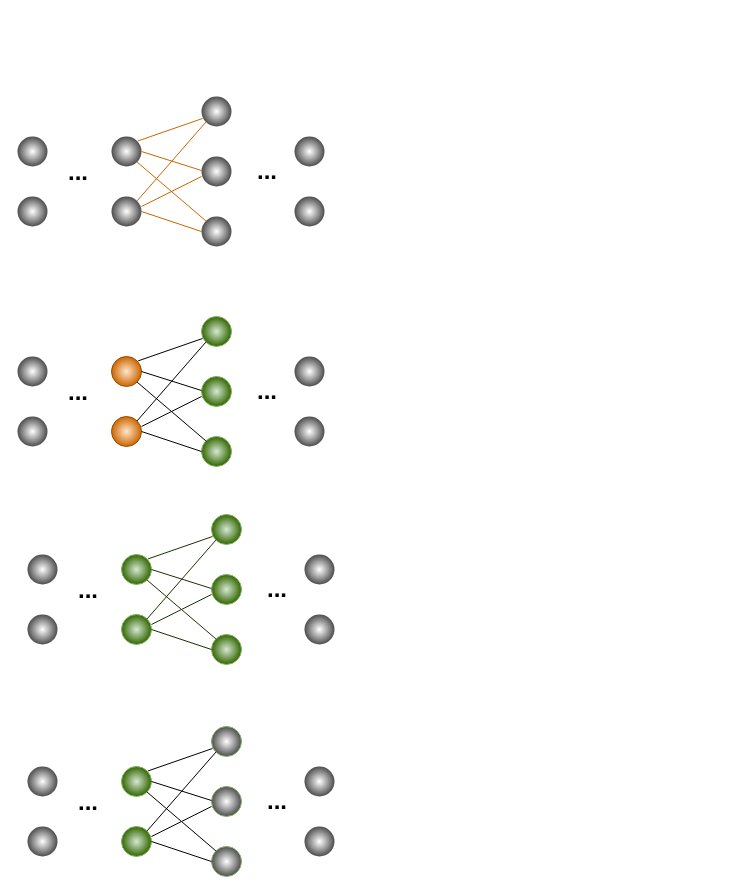
Above: Untitled Diagram.drawio in nkhosros/Application-Package (draw.io), before the change. Source tidied: cells renumbered, new cells numbered last; positions are measured from the earlier drawing's top-left corner, leaving out a move shared by most shapes. Both pictures are drawn from the tidied source at 100%, with x=0, y=0 at pixel (17, 96).
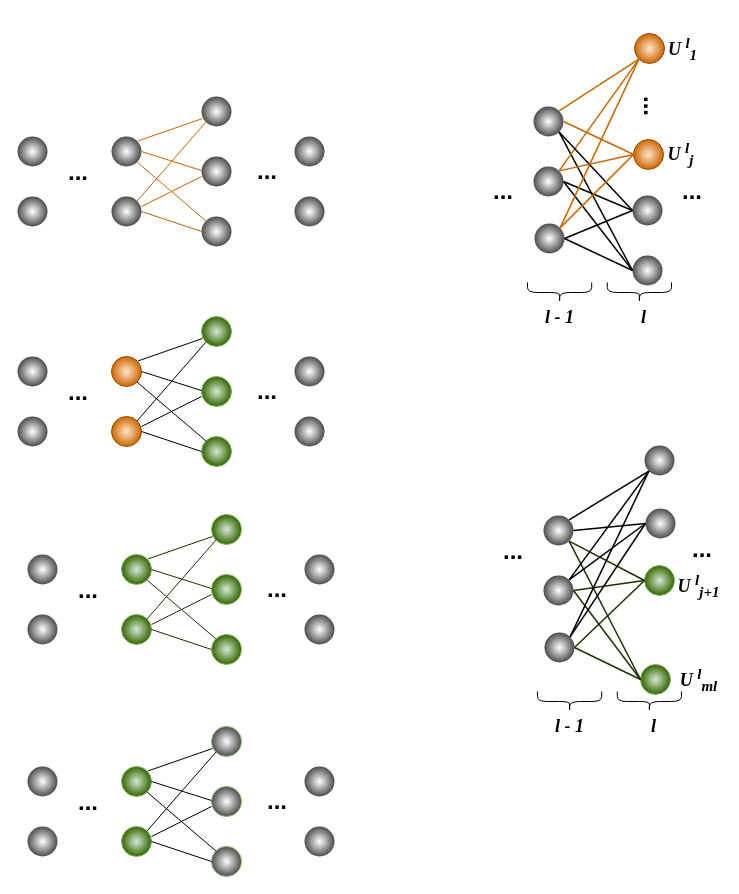
After the change.

What changed in the source:
```diff
@@
+    <mxCell id="70" style="ellipse;whiteSpace=wrap;html=1;gradientColor=#4D4D4D;fillColor=default;gradientDirection=radial;shadow=0;strokeColor=none;" parent="1" vertex="1">
+      <mxGeometry x="615" y="159" width="30" height="30" as="geometry" />
+    </mxCell>
+    <mxCell id="71" style="ellipse;whiteSpace=wrap;html=1;gradientColor=#4D4D4D;fillColor=default;gradientDirection=radial;shadow=0;strokeColor=none;" parent="1" vertex="1">
+      <mxGeometry x="615" y="99" width="30" height="30" as="geometry" />
+    </mxCell>
+    <mxCell id="72" style="ellipse;whiteSpace=wrap;html=1;gradientColor=#CC6600;fillColor=#ffe6cc;gradientDirection=radial;shadow=0;strokeColor=#994C00;align=center;verticalAlign=middle;fontFamily=Helvetica;fontSize=12;fontColor=default;" parent="1" vertex="1">
+      <mxGeometry x="617" y="-63" width="30" height="30" as="geometry" />
+    </mxCell>
+    <mxCell id="73" style="ellipse;whiteSpace=wrap;html=1;gradientColor=#4D4D4D;fillColor=default;gradientDirection=radial;shadow=0;strokeColor=none;" parent="1" vertex="1">
+      <mxGeometry x="516" y="70" width="30" height="30" as="geometry" />
+    </mxCell>
+    <mxCell id="74" style="ellipse;whiteSpace=wrap;html=1;gradientColor=#4D4D4D;fillColor=default;gradientDirection=radial;shadow=0;strokeColor=none;" parent="1" vertex="1">
+      <mxGeometry x="516" y="10" width="30" height="30" as="geometry" />
+    </mxCell>
+    <mxCell id="75" style="endArrow=none;html=1;rounded=0;exitX=1;exitY=0.5;exitDx=0;exitDy=0;strokeColor=#CC6600;entryX=0;entryY=0.5;entryDx=0;entryDy=0;strokeWidth=1.5;" parent="1" edge="1" source="74" target="83">
+      <mxGeometry relative="1" as="geometry" />
+    </mxCell>
+    <mxCell id="76" style="endArrow=none;html=1;rounded=0;entryX=0;entryY=0.5;entryDx=0;entryDy=0;exitX=1;exitY=0.5;exitDx=0;exitDy=0;strokeColor=#000000;strokeWidth=1.5;" parent="1" edge="1" source="73" target="71">
+      <mxGeometry relative="1" as="geometry" />
+    </mxCell>
+    <mxCell id="77" style="endArrow=none;html=1;rounded=0;entryX=0;entryY=0.5;entryDx=0;entryDy=0;exitX=1;exitY=0.5;exitDx=0;exitDy=0;strokeColor=#000000;strokeWidth=1.5;" parent="1" edge="1" source="73" target="70">
+      <mxGeometry relative="1" as="geometry" />
+    </mxCell>
+    <mxCell id="78" style="endArrow=none;html=1;rounded=0;entryX=0;entryY=0.5;entryDx=0;entryDy=0;exitX=1;exitY=1;exitDx=0;exitDy=0;strokeColor=#000000;strokeWidth=1.5;" parent="1" edge="1" source="74" target="70">
+      <mxGeometry relative="1" as="geometry" />
+    </mxCell>
+    <mxCell id="79" style="endArrow=none;html=1;rounded=0;entryX=0;entryY=1;entryDx=0;entryDy=0;exitX=1;exitY=0;exitDx=0;exitDy=0;strokeColor=#CC6600;strokeWidth=1.5;" parent="1" edge="1" source="73" target="72">
+      <mxGeometry relative="1" as="geometry" />
+    </mxCell>
+    <mxCell id="80" value="&lt;font style=&quot;font-size: 24px;&quot;&gt;&lt;b&gt;...&lt;/b&gt;&lt;/font&gt;" style="text;html=1;align=center;verticalAlign=middle;whiteSpace=wrap;rounded=0;" parent="1" vertex="1">
+      <mxGeometry x="655" y="80" width="40" height="30" as="geometry" />
+    </mxCell>
+    <mxCell id="81" value="&lt;font style=&quot;font-size: 24px;&quot;&gt;&lt;b&gt;...&lt;/b&gt;&lt;/font&gt;" style="text;html=1;align=center;verticalAlign=middle;whiteSpace=wrap;rounded=0;" parent="1" vertex="1">
+      <mxGeometry x="466" y="80" width="40" height="30" as="geometry" />
+    </mxCell>
+    <mxCell id="82" style="ellipse;whiteSpace=wrap;html=1;gradientColor=#4D4D4D;fillColor=default;gradientDirection=radial;shadow=0;strokeColor=none;" parent="1" vertex="1">
+      <mxGeometry x="517" y="127" width="30" height="30" as="geometry" />
+    </mxCell>
+    <mxCell id="83" style="ellipse;whiteSpace=wrap;html=1;gradientColor=#CC6600;fillColor=#ffe6cc;gradientDirection=radial;shadow=0;strokeColor=#994C00;align=center;verticalAlign=middle;fontFamily=Helvetica;fontSize=12;fontColor=default;" parent="1" vertex="1">
+      <mxGeometry x="616" y="43" width="30" height="30" as="geometry" />
+    </mxCell>
+    <mxCell id="84" value="&lt;font style=&quot;font-size: 24px;&quot;&gt;&lt;b&gt;...&lt;/b&gt;&lt;/font&gt;" style="text;html=1;align=center;verticalAlign=middle;whiteSpace=wrap;rounded=0;rotation=90;" parent="1" vertex="1">
+      <mxGeometry x="615" y="-5" width="40" height="30" as="geometry" />
+    </mxCell>
+    <mxCell id="85" style="endArrow=none;html=1;rounded=0;entryX=0;entryY=1;entryDx=0;entryDy=0;exitX=1;exitY=0;exitDx=0;exitDy=0;strokeColor=#CC6600;strokeWidth=1.5;" parent="1" edge="1" source="82" target="72">
+      <mxGeometry relative="1" as="geometry" />
+    </mxCell>
+    <mxCell id="86" style="endArrow=none;html=1;rounded=0;entryX=0;entryY=1;entryDx=0;entryDy=0;strokeColor=#CC6600;exitX=1;exitY=0;exitDx=0;exitDy=0;strokeWidth=1.5;" parent="1" edge="1" source="74" target="72">
+      <mxGeometry relative="1" as="geometry" />
+    </mxCell>
+    <mxCell id="87" style="endArrow=none;html=1;rounded=0;strokeColor=#000000;entryX=0;entryY=0.5;entryDx=0;entryDy=0;strokeWidth=1.5;exitX=1;exitY=1;exitDx=0;exitDy=0;" parent="1" edge="1" source="74" target="71">
+      <mxGeometry relative="1" as="geometry" />
+    </mxCell>
+    <mxCell id="88" style="endArrow=none;html=1;rounded=0;exitX=1;exitY=0.5;exitDx=0;exitDy=0;strokeColor=#000000;entryX=0;entryY=0.5;entryDx=0;entryDy=0;strokeWidth=1.5;" parent="1" edge="1" source="82" target="70">
+      <mxGeometry relative="1" as="geometry" />
+    </mxCell>
+    <mxCell id="89" style="endArrow=none;html=1;rounded=0;entryX=0;entryY=0.5;entryDx=0;entryDy=0;strokeColor=#CC6600;strokeWidth=1.5;exitX=1;exitY=0;exitDx=0;exitDy=0;" parent="1" edge="1" source="73" target="83">
+      <mxGeometry relative="1" as="geometry" />
+    </mxCell>
+    <mxCell id="90" style="endArrow=none;html=1;rounded=0;entryX=0;entryY=0.5;entryDx=0;entryDy=0;exitX=1;exitY=0.5;exitDx=0;exitDy=0;strokeColor=#000000;strokeWidth=1.5;" parent="1" edge="1" source="82" target="71">
+      <mxGeometry relative="1" as="geometry" />
+    </mxCell>
+    <mxCell id="91" style="endArrow=none;html=1;rounded=0;entryX=0;entryY=0.5;entryDx=0;entryDy=0;exitX=1;exitY=0;exitDx=0;exitDy=0;strokeColor=#CC6600;strokeWidth=1.5;" parent="1" edge="1" source="82" target="83">
+      <mxGeometry relative="1" as="geometry" />
+    </mxCell>
+    <mxCell id="92" style="group;" parent="1" vertex="1">
+      <mxGeometry x="510" y="186" width="144" height="42" as="geometry" />
+    </mxCell>
+    <mxCell id="93" style="shape=curlyBracket;whiteSpace=wrap;html=1;rounded=1;flipH=1;labelPosition=right;verticalLabelPosition=middle;align=left;verticalAlign=middle;direction=north;strokeWidth=1;" parent="92" vertex="1">
+      <mxGeometry x="79.8" width="64.2" height="20" as="geometry" />
+    </mxCell>
+    <mxCell id="94" style="shape=curlyBracket;whiteSpace=wrap;html=1;rounded=1;flipH=1;labelPosition=right;verticalLabelPosition=middle;align=left;verticalAlign=middle;direction=north;strokeWidth=1;" parent="92" vertex="1">
+      <mxGeometry width="64.2" height="20" as="geometry" />
+    </mxCell>
+    <mxCell id="95" value="&lt;h4&gt;&lt;i style=&quot;&quot;&gt;&lt;font style=&quot;font-size: 18px;&quot; face=&quot;Times New Roman&quot;&gt;l - 1&lt;/font&gt;&lt;/i&gt;&lt;/h4&gt;" style="text;html=1;align=center;verticalAlign=middle;whiteSpace=wrap;rounded=0;" parent="92" vertex="1">
+      <mxGeometry x="4.6" y="20" width="55" height="30" as="geometry" />
+    </mxCell>
+    <mxCell id="96" value="&lt;h4&gt;&lt;i style=&quot;&quot;&gt;&lt;font face=&quot;Times New Roman&quot; style=&quot;font-size: 18px;&quot;&gt;l&lt;/font&gt;&lt;/i&gt;&lt;/h4&gt;" style="text;html=1;align=center;verticalAlign=middle;whiteSpace=wrap;rounded=0;fontStyle=1;" parent="92" vertex="1">
+      <mxGeometry x="89" y="20" width="55" height="30" as="geometry" />
+    </mxCell>
+    <mxCell id="97" value="&lt;h4&gt;&lt;i style=&quot;&quot;&gt;&lt;font style=&quot;font-size: 18px;&quot; face=&quot;Times New Roman&quot;&gt;U&amp;nbsp;&lt;sup&gt;l&lt;/sup&gt;&lt;sub&gt;1&lt;/sub&gt;&lt;/font&gt;&lt;/i&gt;&lt;/h4&gt;" style="text;html=1;align=center;verticalAlign=middle;whiteSpace=wrap;rounded=0;" parent="1" vertex="1">
+      <mxGeometry x="648" y="-63" width="35" height="30" as="geometry" />
+    </mxCell>
+    <mxCell id="98" value="&lt;h4&gt;&lt;i style=&quot;&quot;&gt;&lt;font style=&quot;font-size: 18px;&quot; face=&quot;Times New Roman&quot;&gt;U&amp;nbsp;&lt;sup&gt;l&lt;/sup&gt;&lt;sub&gt;j&lt;/sub&gt;&lt;/font&gt;&lt;/i&gt;&lt;/h4&gt;" style="text;html=1;align=center;verticalAlign=middle;whiteSpace=wrap;rounded=0;" parent="1" vertex="1">
+      <mxGeometry x="647" y="42" width="33" height="30" as="geometry" />
+    </mxCell>
+    <mxCell id="99" style="ellipse;whiteSpace=wrap;html=1;gradientColor=#336600;fillColor=#d5e8d4;gradientDirection=radial;shadow=0;strokeColor=#82b366;align=center;verticalAlign=middle;fontFamily=Helvetica;fontSize=12;fontColor=default;" parent="1" vertex="1">
+      <mxGeometry x="623" y="568" width="30" height="30" as="geometry" />
+    </mxCell>
+    <mxCell id="100" style="ellipse;whiteSpace=wrap;html=1;gradientColor=#336600;fillColor=#d5e8d4;gradientDirection=radial;shadow=0;strokeColor=#82b366;align=center;verticalAlign=middle;fontFamily=Helvetica;fontSize=12;fontColor=default;" parent="1" vertex="1">
+      <mxGeometry x="627" y="469" width="30" height="30" as="geometry" />
+    </mxCell>
+    <mxCell id="101" style="ellipse;whiteSpace=wrap;html=1;gradientColor=#4D4D4D;fillColor=default;gradientDirection=radial;shadow=0;strokeColor=none;align=center;verticalAlign=middle;fontFamily=Helvetica;fontSize=12;fontColor=default;" parent="1" vertex="1">
+      <mxGeometry x="627" y="349" width="30" height="30" as="geometry" />
+    </mxCell>
+    <mxCell id="102" style="ellipse;whiteSpace=wrap;html=1;gradientColor=#4D4D4D;fillColor=default;gradientDirection=radial;shadow=0;strokeColor=none;" parent="1" vertex="1">
+      <mxGeometry x="526" y="479" width="30" height="30" as="geometry" />
+    </mxCell>
+    <mxCell id="103" style="ellipse;whiteSpace=wrap;html=1;gradientColor=#4D4D4D;fillColor=default;gradientDirection=radial;shadow=0;strokeColor=none;" parent="1" vertex="1">
+      <mxGeometry x="526" y="419" width="30" height="30" as="geometry" />
+    </mxCell>
+    <mxCell id="104" style="endArrow=none;html=1;rounded=0;exitX=1;exitY=0.5;exitDx=0;exitDy=0;strokeColor=#000000;entryX=0;entryY=0.5;entryDx=0;entryDy=0;strokeWidth=1.5;" parent="1" edge="1" source="103" target="112">
+      <mxGeometry relative="1" as="geometry" />
+    </mxCell>
+    <mxCell id="105" style="endArrow=none;html=1;rounded=0;entryX=0;entryY=0.5;entryDx=0;entryDy=0;exitX=1;exitY=0.5;exitDx=0;exitDy=0;strokeColor=#1A3300;strokeWidth=1.5;align=center;verticalAlign=middle;fontFamily=Helvetica;fontSize=11;fontColor=default;labelBackgroundColor=default;" parent="1" edge="1" source="102" target="100">
+      <mxGeometry relative="1" as="geometry" />
+    </mxCell>
+    <mxCell id="106" style="endArrow=none;html=1;rounded=0;entryX=0;entryY=0.5;entryDx=0;entryDy=0;exitX=1;exitY=0.5;exitDx=0;exitDy=0;strokeColor=#1A3300;strokeWidth=1.5;align=center;verticalAlign=middle;fontFamily=Helvetica;fontSize=11;fontColor=default;labelBackgroundColor=default;" parent="1" edge="1" source="102" target="99">
+      <mxGeometry relative="1" as="geometry" />
+    </mxCell>
+    <mxCell id="107" style="endArrow=none;html=1;rounded=0;entryX=0;entryY=0.5;entryDx=0;entryDy=0;exitX=1;exitY=1;exitDx=0;exitDy=0;strokeColor=#1A3300;strokeWidth=1.5;align=center;verticalAlign=middle;fontFamily=Helvetica;fontSize=11;fontColor=default;labelBackgroundColor=default;" parent="1" edge="1" source="103" target="99">
+      <mxGeometry relative="1" as="geometry" />
+    </mxCell>
+    <mxCell id="108" style="endArrow=none;html=1;rounded=0;entryX=0;entryY=1;entryDx=0;entryDy=0;exitX=1;exitY=0;exitDx=0;exitDy=0;strokeColor=#000000;strokeWidth=1.5;" parent="1" edge="1" source="102" target="101">
+      <mxGeometry relative="1" as="geometry" />
+    </mxCell>
+    <mxCell id="109" value="&lt;font style=&quot;font-size: 24px;&quot;&gt;&lt;b&gt;...&lt;/b&gt;&lt;/font&gt;" style="text;html=1;align=center;verticalAlign=middle;whiteSpace=wrap;rounded=0;" parent="1" vertex="1">
+      <mxGeometry x="665" y="438" width="40" height="30" as="geometry" />
+    </mxCell>
+    <mxCell id="110" value="&lt;font style=&quot;font-size: 24px;&quot;&gt;&lt;b&gt;...&lt;/b&gt;&lt;/font&gt;" style="text;html=1;align=center;verticalAlign=middle;whiteSpace=wrap;rounded=0;" parent="1" vertex="1">
+      <mxGeometry x="476" y="440" width="40" height="30" as="geometry" />
+    </mxCell>
+    <mxCell id="111" style="ellipse;whiteSpace=wrap;html=1;gradientColor=#4D4D4D;fillColor=default;gradientDirection=radial;shadow=0;strokeColor=none;" parent="1" vertex="1">
+      <mxGeometry x="527" y="536" width="30" height="30" as="geometry" />
+    </mxCell>
+    <mxCell id="112" style="ellipse;whiteSpace=wrap;html=1;gradientColor=#4D4D4D;fillColor=default;gradientDirection=radial;shadow=0;strokeColor=none;align=center;verticalAlign=middle;fontFamily=Helvetica;fontSize=12;fontColor=default;" parent="1" vertex="1">
+      <mxGeometry x="628" y="412" width="30" height="30" as="geometry" />
+    </mxCell>
+    <mxCell id="113" style="endArrow=none;html=1;rounded=0;entryX=0;entryY=1;entryDx=0;entryDy=0;exitX=1;exitY=0;exitDx=0;exitDy=0;strokeColor=#000000;strokeWidth=1.5;" parent="1" edge="1" source="111" target="101">
+      <mxGeometry relative="1" as="geometry" />
+    </mxCell>
+    <mxCell id="114" style="endArrow=none;html=1;rounded=0;entryX=0;entryY=1;entryDx=0;entryDy=0;strokeColor=#000000;exitX=1;exitY=0;exitDx=0;exitDy=0;strokeWidth=1.5;" parent="1" edge="1" source="103" target="101">
+      <mxGeometry relative="1" as="geometry" />
+    </mxCell>
+    <mxCell id="115" style="endArrow=none;html=1;rounded=0;strokeColor=#1A3300;entryX=0;entryY=0.5;entryDx=0;entryDy=0;strokeWidth=1.5;exitX=1;exitY=1;exitDx=0;exitDy=0;align=center;verticalAlign=middle;fontFamily=Helvetica;fontSize=11;fontColor=default;labelBackgroundColor=default;" parent="1" edge="1" source="103" target="100">
+      <mxGeometry relative="1" as="geometry" />
+    </mxCell>
+    <mxCell id="116" style="endArrow=none;html=1;rounded=0;exitX=1;exitY=0.5;exitDx=0;exitDy=0;strokeColor=#1A3300;entryX=0;entryY=0.5;entryDx=0;entryDy=0;strokeWidth=1.5;align=center;verticalAlign=middle;fontFamily=Helvetica;fontSize=11;fontColor=default;labelBackgroundColor=default;" parent="1" edge="1" source="111" target="99">
+      <mxGeometry relative="1" as="geometry" />
+    </mxCell>
+    <mxCell id="117" style="endArrow=none;html=1;rounded=0;entryX=0;entryY=0.5;entryDx=0;entryDy=0;strokeColor=#000000;strokeWidth=1.5;exitX=1;exitY=0;exitDx=0;exitDy=0;" parent="1" edge="1" source="102" target="112">
+      <mxGeometry relative="1" as="geometry" />
+    </mxCell>
+    <mxCell id="118" style="endArrow=none;html=1;rounded=0;entryX=0;entryY=0.5;entryDx=0;entryDy=0;exitX=1;exitY=0.5;exitDx=0;exitDy=0;strokeColor=#1A3300;strokeWidth=1.5;align=center;verticalAlign=middle;fontFamily=Helvetica;fontSize=11;fontColor=default;labelBackgroundColor=default;" parent="1" edge="1" source="111" target="100">
+      <mxGeometry relative="1" as="geometry" />
+    </mxCell>
+    <mxCell id="119" style="endArrow=none;html=1;rounded=0;entryX=0;entryY=0.5;entryDx=0;entryDy=0;exitX=1;exitY=0;exitDx=0;exitDy=0;strokeColor=#000000;strokeWidth=1.5;" parent="1" edge="1" source="111" target="112">
+      <mxGeometry relative="1" as="geometry" />
+    </mxCell>
+    <mxCell id="120" style="group;" parent="1" vertex="1">
+      <mxGeometry x="520" y="595" width="144" height="42" as="geometry" />
+    </mxCell>
+    <mxCell id="121" style="shape=curlyBracket;whiteSpace=wrap;html=1;rounded=1;flipH=1;labelPosition=right;verticalLabelPosition=middle;align=left;verticalAlign=middle;direction=north;strokeWidth=1;" parent="120" vertex="1">
+      <mxGeometry x="79.8" width="64.2" height="20" as="geometry" />
+    </mxCell>
+    <mxCell id="122" style="shape=curlyBracket;whiteSpace=wrap;html=1;rounded=1;flipH=1;labelPosition=right;verticalLabelPosition=middle;align=left;verticalAlign=middle;direction=north;strokeWidth=1;" parent="120" vertex="1">
+      <mxGeometry width="64.2" height="20" as="geometry" />
+    </mxCell>
+    <mxCell id="123" value="&lt;h4&gt;&lt;i style=&quot;&quot;&gt;&lt;font style=&quot;font-size: 18px;&quot; face=&quot;Times New Roman&quot;&gt;l - 1&lt;/font&gt;&lt;/i&gt;&lt;/h4&gt;" style="text;html=1;align=center;verticalAlign=middle;whiteSpace=wrap;rounded=0;" parent="120" vertex="1">
+      <mxGeometry x="4.6" y="20" width="55" height="30" as="geometry" />
+    </mxCell>
+    <mxCell id="124" value="&lt;h4&gt;&lt;i style=&quot;&quot;&gt;&lt;font face=&quot;Times New Roman&quot; style=&quot;font-size: 18px;&quot;&gt;l&lt;/font&gt;&lt;/i&gt;&lt;/h4&gt;" style="text;html=1;align=center;verticalAlign=middle;whiteSpace=wrap;rounded=0;fontStyle=1;" parent="120" vertex="1">
+      <mxGeometry x="89" y="20" width="55" height="30" as="geometry" />
+    </mxCell>
+    <mxCell id="125" value="&lt;h4&gt;&lt;i style=&quot;&quot;&gt;&lt;font style=&quot;font-size: 18px;&quot; face=&quot;Times New Roman&quot;&gt;U&amp;nbsp;&lt;sup&gt;l&lt;/sup&gt;&lt;sub&gt;j+1&lt;/sub&gt;&lt;/font&gt;&lt;/i&gt;&lt;/h4&gt;" style="text;html=1;align=center;verticalAlign=middle;whiteSpace=wrap;rounded=0;" parent="1" vertex="1">
+      <mxGeometry x="664" y="474" width="35" height="30" as="geometry" />
+    </mxCell>
+    <mxCell id="126" value="&lt;h4&gt;&lt;i style=&quot;&quot;&gt;&lt;font style=&quot;font-size: 18px;&quot; face=&quot;Times New Roman&quot;&gt;U&amp;nbsp;&lt;sup&gt;l&lt;/sup&gt;&lt;sub&gt;ml&lt;/sub&gt;&lt;/font&gt;&lt;/i&gt;&lt;/h4&gt;" style="text;html=1;align=center;verticalAlign=middle;whiteSpace=wrap;rounded=0;" parent="1" vertex="1">
+      <mxGeometry x="664" y="568" width="35" height="30" as="geometry" />
+    </mxCell>
```
